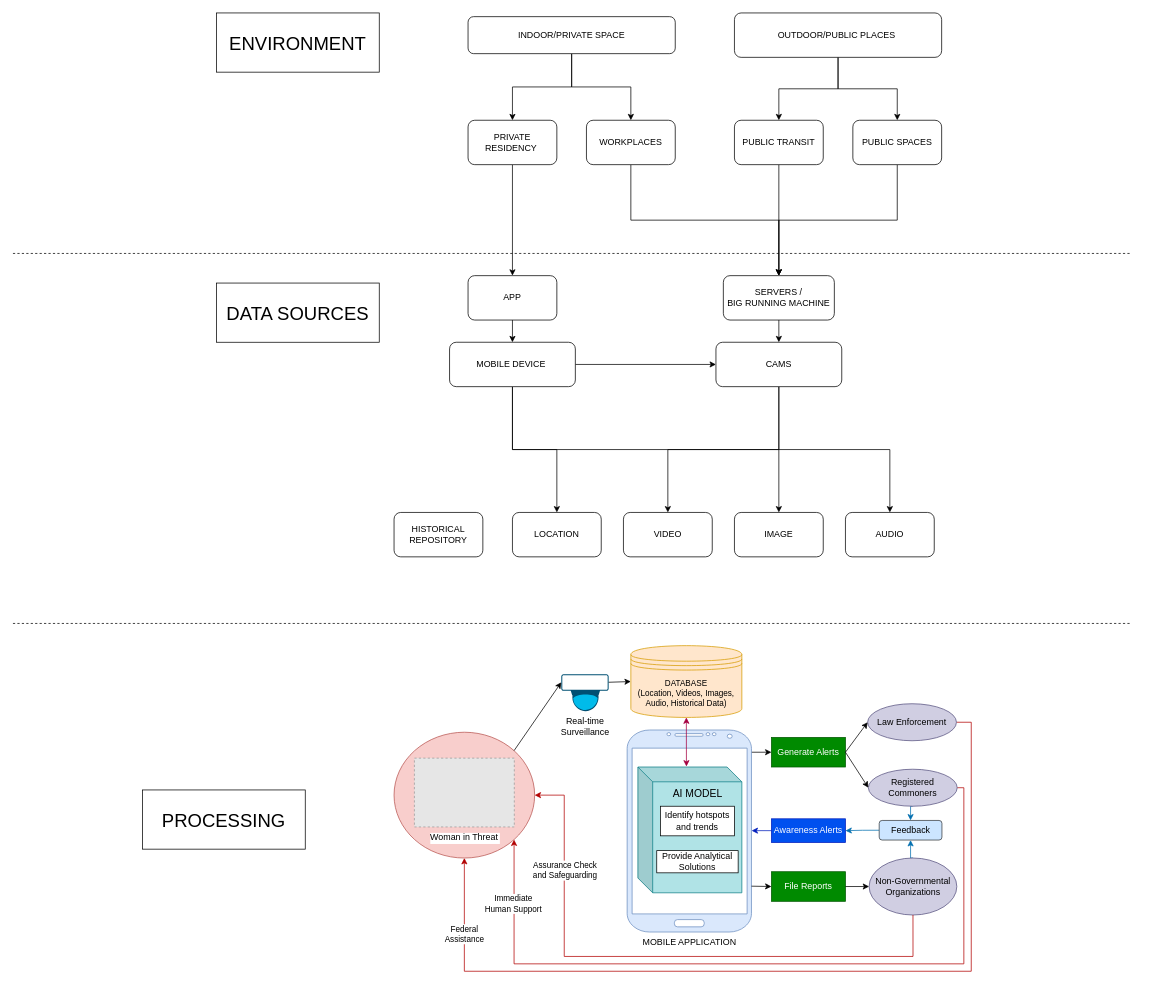
The draw.io diagram page "Working" (1 of 6) of (SIH1605) FlowChart.drawio in Tushar7436/SIH-1605--Women-Safety, before the edit. Source tidied: cells renumbered, new cells numbered last; positions are measured from the earlier drawing's top-left corner, leaving out a move shared by most shapes. Both pictures are drawn from the tidied source at 74%, with x=0, y=0 at pixel (13, 13). Pictures stored in the file or linked from it are replaced by grey dashed boxes.
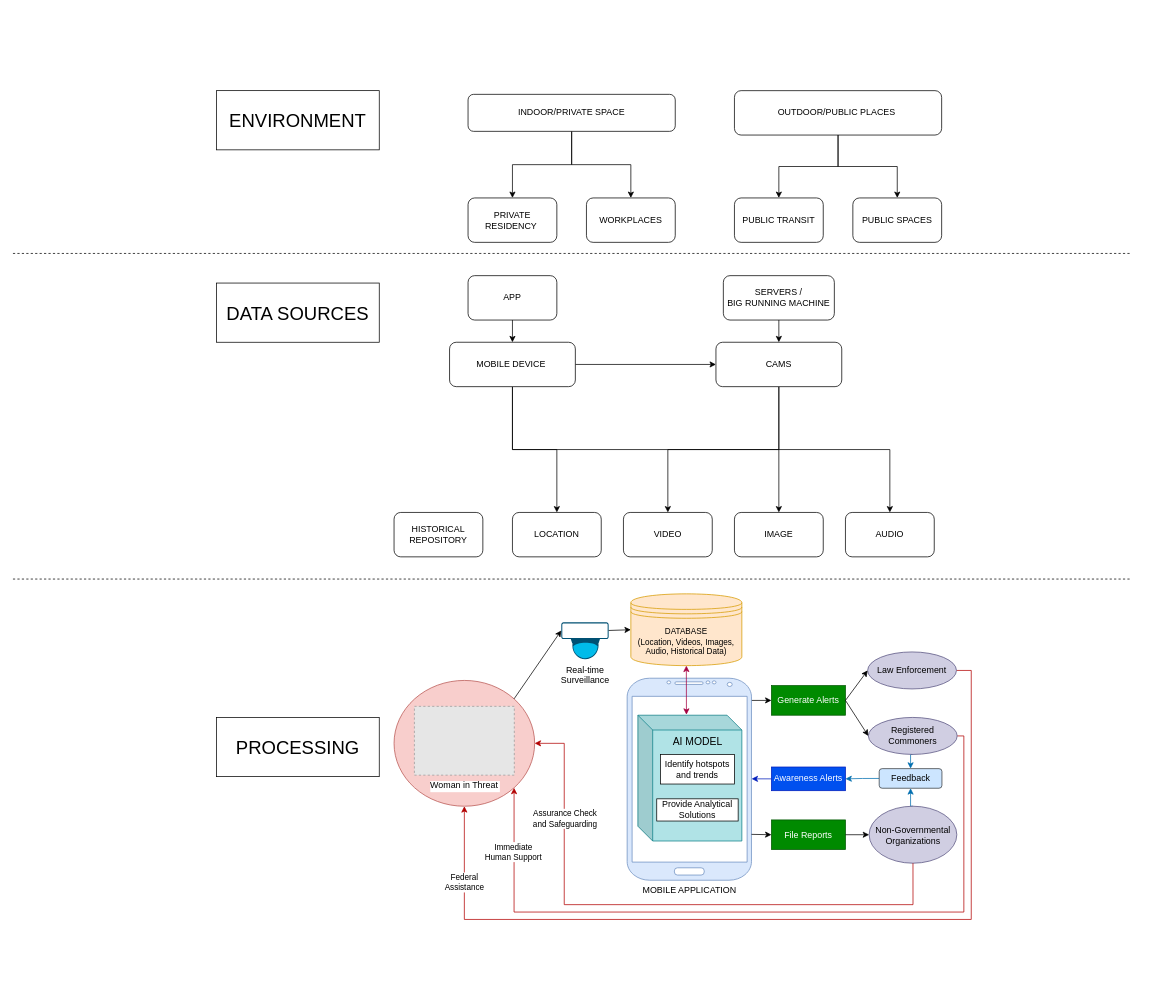
After the change.

The change refers to these unchanged cells:
```xml
<mxCell id="17" value="APP" style="rounded=1;whiteSpace=wrap;html=1;" parent="1" vertex="1">
  <mxGeometry x="615" y="355" width="120" height="60" as="geometry" />
</mxCell>
<mxCell id="19" value="&lt;font style=&quot;font-size: 12px;&quot;&gt;SERVERS /&lt;/font&gt;&lt;div style=&quot;&quot;&gt;&lt;font style=&quot;font-size: 12px;&quot;&gt;BIG RUNNING MACHINE&lt;/font&gt;&lt;/div&gt;" style="rounded=1;whiteSpace=wrap;html=1;" parent="1" vertex="1">
  <mxGeometry x="960" y="355" width="150" height="60" as="geometry" />
</mxCell>
```

What changed in the source:
```diff
@@
     <mxCell id="2" value="MOBILE APPLICATION" style="verticalLabelPosition=bottom;verticalAlign=top;html=1;shadow=0;dashed=0;strokeWidth=1;shape=mxgraph.android.phone2;strokeColor=#6c8ebf;fillColor=#dae8fc;" parent="1" vertex="1">
-      <mxGeometry x="830" y="969" width="168" height="273" as="geometry" />
+      <mxGeometry x="830" y="899" width="168" height="273" as="geometry" />
     </mxCell>
     <mxCell id="3" value="&lt;font style=&quot;font-size: 14px;&quot;&gt;AI MODEL&lt;/font&gt;&lt;div&gt;&lt;span style=&quot;font-size: 14px;&quot;&gt;&lt;br&gt;&lt;/span&gt;&lt;div&gt;&lt;font style=&quot;font-size: 14px;&quot;&gt;&lt;br&gt;&lt;/font&gt;&lt;/div&gt;&lt;div&gt;&lt;font style=&quot;font-size: 14px;&quot;&gt;&lt;br&gt;&lt;/font&gt;&lt;/div&gt;&lt;div&gt;&lt;font style=&quot;font-size: 14px;&quot;&gt;&lt;br&gt;&lt;/font&gt;&lt;/div&gt;&lt;div&gt;&lt;font style=&quot;font-size: 14px;&quot;&gt;&lt;br&gt;&lt;/font&gt;&lt;/div&gt;&lt;div&gt;&lt;font style=&quot;font-size: 14px;&quot;&gt;&lt;br&gt;&lt;/font&gt;&lt;/div&gt;&lt;div&gt;&lt;font style=&quot;font-size: 14px;&quot;&gt;&lt;br&gt;&lt;/font&gt;&lt;/div&gt;&lt;/div&gt;" style="shape=cube;whiteSpace=wrap;html=1;boundedLbl=1;backgroundOutline=1;darkOpacity=0.05;darkOpacity2=0.1;fillColor=#b0e3e6;strokeColor=#0e8088;" parent="1" vertex="1">
-      <mxGeometry x="844.5" y="1019" width="140.5" height="170" as="geometry" />
+      <mxGeometry x="844.5" y="949" width="140.5" height="170" as="geometry" />
     </mxCell>
     <mxCell id="4" style="ellipse;whiteSpace=wrap;html=1;fillColor=#f8cecc;strokeColor=#b85450;" parent="1" vertex="1">
-      <mxGeometry x="515" y="972" width="190" height="170" as="geometry" />
+      <mxGeometry x="515" y="902" width="190" height="170" as="geometry" />
     </mxCell>
     <mxCell id="5" value="&lt;font style=&quot;font-size: 25px;&quot;&gt;ENVIRONMENT&lt;br&gt;&lt;/font&gt;" style="rounded=0;whiteSpace=wrap;html=1;" parent="1" vertex="1">
-      <mxGeometry x="275" width="220" height="80" as="geometry" />
+      <mxGeometry x="275" y="105" width="220" height="80" as="geometry" />
     </mxCell>
@@
     <mxCell id="8" value="INDOOR/PRIVATE SPACE" style="rounded=1;whiteSpace=wrap;html=1;" parent="1" vertex="1">
-      <mxGeometry x="615" y="5" width="280" height="50" as="geometry" />
+      <mxGeometry x="615" y="110" width="280" height="50" as="geometry" />
     </mxCell>
@@
     <mxCell id="11" value="OUTDOOR/PUBLIC PLACES&amp;nbsp;" style="rounded=1;whiteSpace=wrap;html=1;" parent="1" vertex="1">
-      <mxGeometry x="975" width="280" height="60" as="geometry" />
+      <mxGeometry x="975" y="105" width="280" height="60" as="geometry" />
     </mxCell>
-    <mxCell id="12" style="edgeStyle=orthogonalEdgeStyle;rounded=0;jettySize=auto;html=1;exitX=0.5;exitY=1;exitDx=0;exitDy=0;entryX=0.5;entryY=0;entryDx=0;entryDy=0;" parent="1" edge="1" source="13" target="19">
-      <mxGeometry relative="1" as="geometry" />
-    </mxCell>
     <mxCell id="13" value="PUBLIC TRANSIT" style="rounded=1;whiteSpace=wrap;html=1;" parent="1" vertex="1">
-      <mxGeometry x="975" y="145" width="120" height="60" as="geometry" />
+      <mxGeometry x="975" y="250" width="120" height="60" as="geometry" />
     </mxCell>
-    <mxCell id="14" style="edgeStyle=orthogonalEdgeStyle;rounded=0;jettySize=auto;html=1;exitX=0.5;exitY=1;exitDx=0;exitDy=0;entryX=0.5;entryY=0;entryDx=0;entryDy=0;" parent="1" edge="1" source="15" target="19">
-      <mxGeometry relative="1" as="geometry" />
-    </mxCell>
     <mxCell id="15" value="PUBLIC SPACES" style="rounded=1;whiteSpace=wrap;html=1;" parent="1" vertex="1">
-      <mxGeometry x="1135" y="145" width="120" height="60" as="geometry" />
+      <mxGeometry x="1135" y="250" width="120" height="60" as="geometry" />
     </mxCell>
@@
     <mxCell id="29" value="&lt;font style=&quot;font-size: 11px;&quot;&gt;DATABASE&lt;/font&gt;&lt;div style=&quot;font-size: 11px;&quot;&gt;&lt;font style=&quot;font-size: 11px;&quot;&gt;(Location, Videos, Images, Audio, Historical Data)&lt;/font&gt;&lt;/div&gt;" style="shape=datastore;whiteSpace=wrap;html=1;fillColor=#ffe6cc;strokeColor=#d79b00;" parent="1" vertex="1">
-      <mxGeometry x="835" y="855" width="150" height="97" as="geometry" />
+      <mxGeometry x="835" y="785" width="150" height="97" as="geometry" />
     </mxCell>
     <mxCell id="30" value="Generate Alerts" style="whiteSpace=wrap;html=1;fillColor=#008a00;strokeColor=#005700;fontColor=#ffffff;" parent="1" vertex="1">
-      <mxGeometry x="1025" y="979" width="100" height="40" as="geometry" />
+      <mxGeometry x="1025" y="909" width="100" height="40" as="geometry" />
     </mxCell>
-    <mxCell id="31" style="edgeStyle=orthogonalEdgeStyle;rounded=0;jettySize=auto;html=1;exitX=0.5;exitY=1;exitDx=0;exitDy=0;entryX=0.5;entryY=0;entryDx=0;entryDy=0;" parent="1" edge="1" source="32" target="17">
-      <mxGeometry relative="1" as="geometry" />
-    </mxCell>
     <mxCell id="32" value="PRIVATE RESIDENCY&amp;nbsp;" style="rounded=1;whiteSpace=wrap;html=1;" parent="1" vertex="1">
-      <mxGeometry x="615" y="145" width="120" height="60" as="geometry" />
+      <mxGeometry x="615" y="250" width="120" height="60" as="geometry" />
     </mxCell>
-    <mxCell id="33" style="edgeStyle=orthogonalEdgeStyle;rounded=0;jettySize=auto;html=1;exitX=0.5;exitY=1;exitDx=0;exitDy=0;entryX=0.5;entryY=0;entryDx=0;entryDy=0;" parent="1" edge="1" source="34" target="19">
-      <mxGeometry relative="1" as="geometry" />
-    </mxCell>
     <mxCell id="34" value="WORKPLACES" style="rounded=1;whiteSpace=wrap;html=1;" parent="1" vertex="1">
-      <mxGeometry x="775" y="145" width="120" height="60" as="geometry" />
+      <mxGeometry x="775" y="250" width="120" height="60" as="geometry" />
     </mxCell>
     <mxCell id="35" value="Provide Analytical Solutions" style="whiteSpace=wrap;html=1;" parent="1" vertex="1">
-      <mxGeometry x="870" y="1132" width="110" height="30" as="geometry" />
+      <mxGeometry x="870" y="1062" width="110" height="30" as="geometry" />
     </mxCell>
     <mxCell id="36" value="Identify hotspots and trends" style="whiteSpace=wrap;html=1;" parent="1" vertex="1">
-      <mxGeometry x="875" y="1072" width="100" height="40" as="geometry" />
+      <mxGeometry x="875" y="1002" width="100" height="40" as="geometry" />
     </mxCell>
@@
     <mxCell id="43" value="&lt;font style=&quot;font-size: 25px;&quot;&gt;PROCESSING&lt;/font&gt;" style="rounded=0;whiteSpace=wrap;html=1;" parent="1" vertex="1">
-      <mxGeometry x="175" y="1050" width="220" height="80" as="geometry" />
+      <mxGeometry x="275" y="952" width="220" height="80" as="geometry" />
     </mxCell>
     <mxCell id="44" style="endArrow=none;dashed=1;html=1;rounded=0;" parent="1" edge="1">
       <mxGeometry relative="1" as="geometry">
-        <mxPoint y="825" as="sourcePoint" />
-        <mxPoint x="1510" y="825" as="targetPoint" />
+        <mxPoint y="765" as="sourcePoint" />
+        <mxPoint x="1510" y="765" as="targetPoint" />
       </mxGeometry>
     </mxCell>
     <mxCell id="45" style="edgeStyle=orthogonalEdgeStyle;rounded=0;jettySize=auto;html=1;exitX=1;exitY=0.5;exitDx=0;exitDy=0;entryX=0.5;entryY=1;entryDx=0;entryDy=0;strokeColor=#b20000;" parent="1" edge="1" source="47" target="4">
       <mxGeometry relative="1" as="geometry">
         <Array as="points">
-          <mxPoint x="1295" y="959" />
-          <mxPoint x="1295" y="1295" />
-          <mxPoint x="610" y="1295" />
+          <mxPoint x="1295" y="889" />
+          <mxPoint x="1295" y="1225" />
+          <mxPoint x="610" y="1225" />
         </Array>
       </mxGeometry>
     </mxCell>
@@
     <mxCell id="47" value="Law Enforcement" style="ellipse;whiteSpace=wrap;html=1;fillColor=#d0cee2;strokeColor=#56517e;" parent="1" vertex="1">
-      <mxGeometry x="1155" y="933.5" width="120" height="50" as="geometry" />
+      <mxGeometry x="1155" y="863.5" width="120" height="50" as="geometry" />
     </mxCell>
@@
     <mxCell id="49" style="edgeStyle=orthogonalEdgeStyle;rounded=0;jettySize=auto;html=1;exitX=1;exitY=0.5;exitDx=0;exitDy=0;entryX=1;entryY=1;entryDx=0;entryDy=0;strokeColor=#b20000;" parent="1" edge="1" source="51" target="4">
       <mxGeometry relative="1" as="geometry">
         <Array as="points">
-          <mxPoint x="1285" y="1047" />
-          <mxPoint x="1285" y="1285" />
-          <mxPoint x="677" y="1285" />
+          <mxPoint x="1285" y="977" />
+          <mxPoint x="1285" y="1215" />
+          <mxPoint x="677" y="1215" />
         </Array>
       </mxGeometry>
     </mxCell>
@@
     <mxCell id="51" value="Registered Commoners" style="ellipse;whiteSpace=wrap;html=1;fillColor=#d0cee2;strokeColor=#56517e;" parent="1" vertex="1">
-      <mxGeometry x="1156" y="1022" width="120" height="50" as="geometry" />
+      <mxGeometry x="1156" y="952" width="120" height="50" as="geometry" />
     </mxCell>
@@
     <mxCell id="53" value="Non-Governmental Organizations" style="ellipse;whiteSpace=wrap;html=1;fillColor=#d0cee2;strokeColor=#56517e;" parent="1" vertex="1">
-      <mxGeometry x="1157" y="1142" width="118.5" height="77" as="geometry" />
+      <mxGeometry x="1157" y="1072" width="118.5" height="77" as="geometry" />
     </mxCell>
     <mxCell id="54" value="Real-time&lt;br&gt;Surveillance" style="points=[[0.015,0.015,0],[0.5,0,0],[0.985,0.015,0],[1,0.22,0],[0.985,0.43,0],[0.73,0.85,0],[0.5,1,0],[0.285,0.85,0],[0.015,0.43,0],[0,0.22,0]];verticalLabelPosition=bottom;sketch=0;html=1;verticalAlign=top;align=center;shape=mxgraph.cisco19.surveillance_camera;fillColor=#005073;strokeColor=none;" parent="1" vertex="1">
-      <mxGeometry x="741" y="893.5" width="64" height="50" as="geometry" />
+      <mxGeometry x="741" y="823.5" width="64" height="50" as="geometry" />
     </mxCell>
@@
     <mxCell id="58" value="File Reports" style="whiteSpace=wrap;html=1;fillColor=#008a00;strokeColor=#005700;fontColor=#ffffff;" parent="1" vertex="1">
-      <mxGeometry x="1025" y="1160.5" width="100" height="40" as="geometry" />
+      <mxGeometry x="1025" y="1090.5" width="100" height="40" as="geometry" />
     </mxCell>
@@
     <mxCell id="63" style="edgeStyle=orthogonalEdgeStyle;rounded=0;jettySize=auto;html=1;exitX=0.5;exitY=1;exitDx=0;exitDy=0;fillColor=#e51400;strokeColor=#B20000;entryX=1;entryY=0.5;entryDx=0;entryDy=0;" parent="1" edge="1" source="53" target="4">
       <mxGeometry relative="1" as="geometry">
         <Array as="points">
-          <mxPoint x="1216" y="1275" />
-          <mxPoint x="745" y="1275" />
-          <mxPoint x="745" y="1057" />
+          <mxPoint x="1216" y="1205" />
+          <mxPoint x="745" y="1205" />
+          <mxPoint x="745" y="987" />
         </Array>
       </mxGeometry>
     </mxCell>
@@
     <mxCell id="65" value="Awareness Alerts" style="whiteSpace=wrap;html=1;fillColor=#0050ef;strokeColor=#001DBC;fontColor=#ffffff;" parent="1" vertex="1">
-      <mxGeometry x="1025" y="1089" width="100" height="32" as="geometry" />
+      <mxGeometry x="1025" y="1019" width="100" height="32" as="geometry" />
     </mxCell>
@@
     <mxCell id="68" value="Feedback" style="rounded=1;whiteSpace=wrap;html=1;fillColor=#cce5ff;strokeColor=#36393d;" parent="1" vertex="1">
-      <mxGeometry x="1170.6" y="1091.2" width="84.8" height="26.5" as="geometry" />
+      <mxGeometry x="1170.6" y="1021.2" width="84.8" height="26.5" as="geometry" />
     </mxCell>
     <mxCell id="69" value="Woman in Threat" style="fillColor=#E6E6E6;strokeColor=#999999;dashed=1;verticalLabelPosition=bottom;labelBackgroundColor=default;verticalAlign=top;" parent="1" vertex="1">
-      <mxGeometry x="542.5" y="1007" width="135" height="93" as="geometry" />
+      <mxGeometry x="542.5" y="937" width="135" height="93" as="geometry" />
     </mxCell>
```
